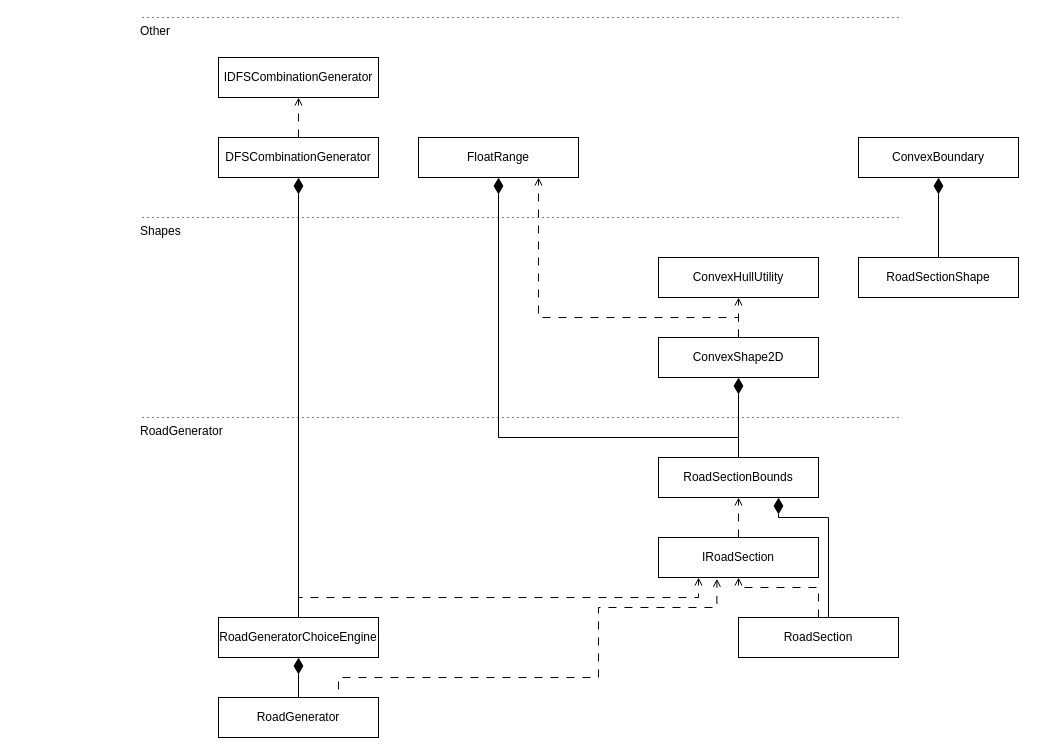
The draw.io diagram Assets/Scripts/Architecture.drawio in JohnnyHowe/infinite-drifto-road-generation, before the edit. Source tidied: cells renumbered, new cells numbered last; positions are measured from the earlier drawing's top-left corner, leaving out a move shared by most shapes. Both pictures are drawn from the tidied source at 100%, with x=0, y=0 at pixel (138, 17).
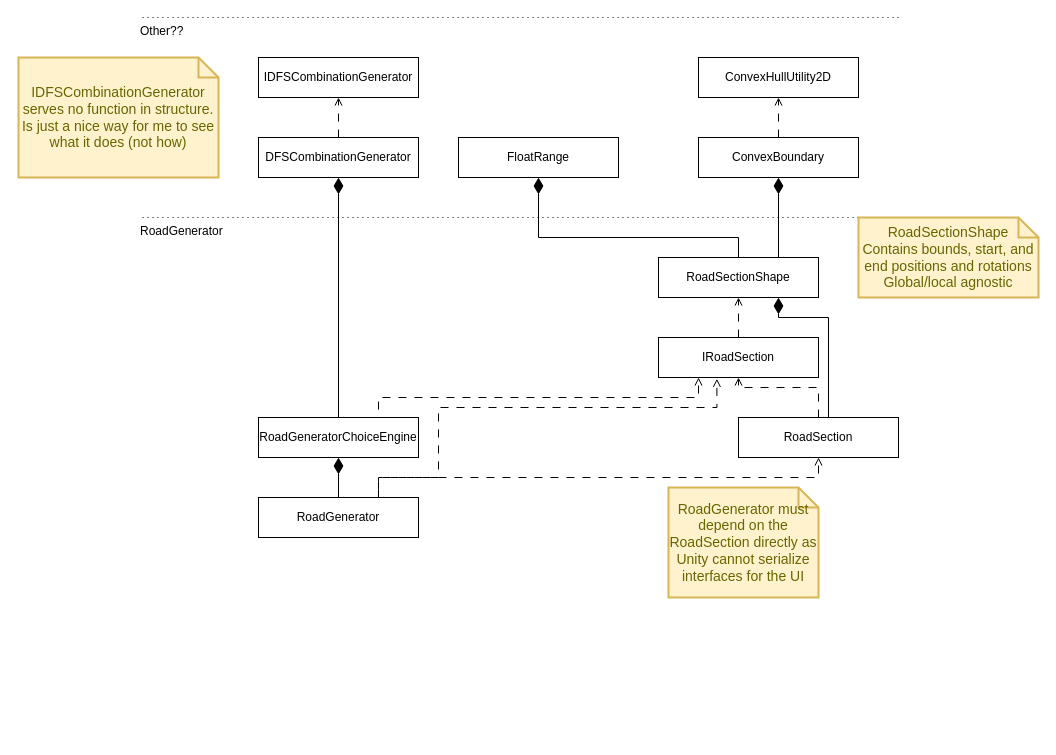
The same page after the edit.

Commit message (it also covers changes not shown here):
Updated architecture diagram

Diff of the diagram source:
```diff
@@
-    <mxCell id="2" value="ConvexHullUtility" style="rounded=0;whiteSpace=wrap;html=1;" parent="1" vertex="1">
-      <mxGeometry x="520" y="240" width="160" height="40" as="geometry" />
+    <mxCell id="2" value="ConvexHullUtility2D" style="rounded=0;whiteSpace=wrap;html=1;" parent="1" vertex="1">
+      <mxGeometry x="560" y="40" width="160" height="40" as="geometry" />
     </mxCell>
@@
     <mxCell id="4" value="DFSCombinationGenerator" style="rounded=0;whiteSpace=wrap;html=1;" parent="1" vertex="1">
-      <mxGeometry x="80" y="120" width="160" height="40" as="geometry" />
+      <mxGeometry x="120" y="120" width="160" height="40" as="geometry" />
     </mxCell>
@@
     <mxCell id="6" value="RoadGeneratorChoiceEngine" style="rounded=0;whiteSpace=wrap;html=1;" parent="1" vertex="1">
-      <mxGeometry x="80" y="600" width="160" height="40" as="geometry" />
+      <mxGeometry x="120" y="400" width="160" height="40" as="geometry" />
     </mxCell>
@@
     <mxCell id="8" value="IRoadSection" style="rounded=0;whiteSpace=wrap;html=1;" parent="1" vertex="1">
-      <mxGeometry x="520" y="520" width="160" height="40" as="geometry" />
+      <mxGeometry x="520" y="320" width="160" height="40" as="geometry" />
     </mxCell>
     <mxCell id="9" style="edgeStyle=orthogonalEdgeStyle;rounded=0;jettySize=auto;html=1;exitX=0.5;exitY=0;exitDx=0;exitDy=0;entryX=0.5;entryY=1;entryDx=0;entryDy=0;dashed=1;dashPattern=8 8;endArrow=open;endFill=0;" parent="1" edge="1" source="11" target="8">
       <mxGeometry relative="1" as="geometry">
         <Array as="points">
-          <mxPoint x="680" y="570" />
-          <mxPoint x="600" y="570" />
+          <mxPoint x="680" y="370" />
+          <mxPoint x="600" y="370" />
         </Array>
       </mxGeometry>
     </mxCell>
     <mxCell id="10" style="edgeStyle=orthogonalEdgeStyle;rounded=0;jettySize=auto;html=1;exitX=0.5;exitY=0;exitDx=0;exitDy=0;entryX=0.75;entryY=1;entryDx=0;entryDy=0;endArrow=diamondThin;endFill=1;endSize=14;" parent="1" edge="1" source="11" target="19">
       <mxGeometry relative="1" as="geometry">
         <Array as="points">
-          <mxPoint x="690" y="600" />
-          <mxPoint x="690" y="500" />
-          <mxPoint x="640" y="500" />
+          <mxPoint x="690" y="400" />
+          <mxPoint x="690" y="300" />
+          <mxPoint x="640" y="300" />
         </Array>
       </mxGeometry>
     </mxCell>
     <mxCell id="11" value="RoadSection" style="rounded=0;whiteSpace=wrap;html=1;" parent="1" vertex="1">
-      <mxGeometry x="600" y="600" width="160" height="40" as="geometry" />
+      <mxGeometry x="600" y="400" width="160" height="40" as="geometry" />
     </mxCell>
     <mxCell id="12" style="edgeStyle=orthogonalEdgeStyle;rounded=0;jettySize=auto;html=1;exitX=0.5;exitY=0;exitDx=0;exitDy=0;entryX=0.25;entryY=1;entryDx=0;entryDy=0;dashed=1;dashPattern=8 8;endArrow=open;endFill=0;" parent="1" edge="1" source="6" target="8">
       <mxGeometry relative="1" as="geometry">
         <Array as="points">
-          <mxPoint x="160" y="580" />
-          <mxPoint x="560" y="580" />
+          <mxPoint x="240" y="400" />
+          <mxPoint x="240" y="380" />
+          <mxPoint x="560" y="380" />
         </Array>
       </mxGeometry>
     </mxCell>
     <mxCell id="13" style="edgeStyle=orthogonalEdgeStyle;rounded=0;jettySize=auto;html=1;exitX=0.5;exitY=0;exitDx=0;exitDy=0;entryX=0.365;entryY=1.033;entryDx=0;entryDy=0;entryPerimeter=0;dashed=1;dashPattern=8 8;endArrow=open;endFill=0;" parent="1" edge="1" source="15" target="8">
       <mxGeometry relative="1" as="geometry">
         <Array as="points">
-          <mxPoint x="200" y="680" />
-          <mxPoint x="200" y="660" />
-          <mxPoint x="460" y="660" />
-          <mxPoint x="460" y="590" />
-          <mxPoint x="578" y="590" />
+          <mxPoint x="240" y="480" />
+          <mxPoint x="240" y="460" />
+          <mxPoint x="300" y="460" />
+          <mxPoint x="300" y="390" />
+          <mxPoint x="578" y="390" />
         </Array>
       </mxGeometry>
     </mxCell>
@@
+    <mxCell id="33" style="edgeStyle=orthogonalEdgeStyle;rounded=0;jumpSize=14;jettySize=auto;html=1;exitX=0.75;exitY=0;exitDx=0;exitDy=0;entryX=0.5;entryY=1;entryDx=0;entryDy=0;dashed=1;dashPattern=8 8;endArrow=open;endFill=0;startSize=14;endSize=6;" parent="1" edge="1" source="15" target="11">
+      <mxGeometry relative="1" as="geometry" />
+    </mxCell>
     <mxCell id="15" value="RoadGenerator" style="rounded=0;whiteSpace=wrap;html=1;" parent="1" vertex="1">
-      <mxGeometry x="80" y="680" width="160" height="40" as="geometry" />
+      <mxGeometry x="120" y="480" width="160" height="40" as="geometry" />
     </mxCell>
     <mxCell id="16" value="FloatRange" style="rounded=0;whiteSpace=wrap;html=1;" parent="1" vertex="1">
-      <mxGeometry x="280" y="120" width="160" height="40" as="geometry" />
+      <mxGeometry x="320" y="120" width="160" height="40" as="geometry" />
     </mxCell>
-    <mxCell id="17" style="edgeStyle=orthogonalEdgeStyle;rounded=0;jettySize=auto;html=1;exitX=0.5;exitY=0;exitDx=0;exitDy=0;entryX=0.5;entryY=1;entryDx=0;entryDy=0;endArrow=diamondThin;endFill=1;endSize=14;" parent="1" edge="1" source="19" target="22">
-      <mxGeometry relative="1" as="geometry" />
-    </mxCell>
     <mxCell id="18" style="edgeStyle=orthogonalEdgeStyle;rounded=0;jettySize=auto;html=1;exitX=0.5;exitY=0;exitDx=0;exitDy=0;entryX=0.5;entryY=1;entryDx=0;entryDy=0;endArrow=diamondThin;endFill=1;endSize=14;" parent="1" edge="1" source="19" target="16">
       <mxGeometry relative="1" as="geometry">
         <Array as="points">
-          <mxPoint x="600" y="420" />
-          <mxPoint x="360" y="420" />
+          <mxPoint x="600" y="220" />
+          <mxPoint x="400" y="220" />
         </Array>
       </mxGeometry>
     </mxCell>
+    <mxCell id="34" style="edgeStyle=orthogonalEdgeStyle;rounded=0;jettySize=auto;html=1;exitX=0.75;exitY=0;exitDx=0;exitDy=0;entryX=0.5;entryY=1;entryDx=0;entryDy=0;endArrow=diamondThin;endFill=1;jumpSize=14;startSize=14;endSize=14;" parent="1" edge="1" source="19" target="30">
+      <mxGeometry relative="1" as="geometry">
+        <Array as="points">
+          <mxPoint x="640" y="160" />
+        </Array>
+      </mxGeometry>
+    </mxCell>
-    <mxCell id="19" value="RoadSectionBounds&lt;br&gt;" style="rounded=0;whiteSpace=wrap;html=1;" parent="1" vertex="1">
-      <mxGeometry x="520" y="440" width="160" height="40" as="geometry" />
+    <mxCell id="19" value="RoadSectionShape" style="rounded=0;whiteSpace=wrap;html=1;" parent="1" vertex="1">
+      <mxGeometry x="520" y="240" width="160" height="40" as="geometry" />
     </mxCell>
-    <mxCell id="20" style="edgeStyle=orthogonalEdgeStyle;rounded=0;jettySize=auto;html=1;exitX=0.5;exitY=0;exitDx=0;exitDy=0;entryX=0.75;entryY=1;entryDx=0;entryDy=0;dashed=1;dashPattern=8 8;endArrow=open;endFill=0;" parent="1" edge="1" source="22" target="16">
-      <mxGeometry relative="1" as="geometry">
-        <Array as="points">
-          <mxPoint x="600" y="300" />
-          <mxPoint x="400" y="300" />
-        </Array>
-      </mxGeometry>
-    </mxCell>
-    <mxCell id="21" style="edgeStyle=orthogonalEdgeStyle;rounded=0;jettySize=auto;html=1;exitX=0.5;exitY=0;exitDx=0;exitDy=0;entryX=0.5;entryY=1;entryDx=0;entryDy=0;dashed=1;dashPattern=8 8;endArrow=open;endFill=0;" parent="1" edge="1" source="22" target="2">
-      <mxGeometry relative="1" as="geometry" />
-    </mxCell>
-    <mxCell id="22" value="ConvexShape2D&lt;br&gt;" style="rounded=0;whiteSpace=wrap;html=1;" parent="1" vertex="1">
-      <mxGeometry x="520" y="320" width="160" height="40" as="geometry" />
-    </mxCell>
     <mxCell id="23" value="IDFSCombinationGenerator" style="rounded=0;whiteSpace=wrap;html=1;" parent="1" vertex="1">
-      <mxGeometry x="80" y="40" width="160" height="40" as="geometry" />
+      <mxGeometry x="120" y="40" width="160" height="40" as="geometry" />
     </mxCell>
-    <mxCell id="24" style="endArrow=none;html=1;rounded=0;dashed=1;dashPattern=1 4;" parent="1" edge="1">
-      <mxGeometry relative="1" as="geometry">
-        <mxPoint x="760" y="200" as="sourcePoint" />
-        <mxPoint y="200" as="targetPoint" />
-      </mxGeometry>
-    </mxCell>
-    <mxCell id="25" value="Shapes" style="text;html=1;align=left;verticalAlign=top;strokeColor=none;fillColor=none;" parent="1" vertex="1">
-      <mxGeometry y="200" width="60" height="30" as="geometry" />
-    </mxCell>
     <mxCell id="26" style="endArrow=none;html=1;rounded=0;dashed=1;dashPattern=1 4;" parent="1" edge="1">
       <mxGeometry relative="1" as="geometry">
-        <mxPoint x="760" y="400" as="sourcePoint" />
-        <mxPoint y="400" as="targetPoint" />
+        <mxPoint x="760" y="200" as="sourcePoint" />
+        <mxPoint y="200" as="targetPoint" />
       </mxGeometry>
     </mxCell>
     <mxCell id="27" value="RoadGenerator" style="text;html=1;align=left;verticalAlign=top;strokeColor=none;fillColor=none;" parent="1" vertex="1">
-      <mxGeometry y="400" width="110" height="30" as="geometry" />
+      <mxGeometry y="200" width="110" height="30" as="geometry" />
     </mxCell>
@@
-    <mxCell id="29" value="Other" style="text;html=1;align=left;verticalAlign=top;strokeColor=none;fillColor=none;" parent="1" vertex="1">
-      <mxGeometry width="50" height="30" as="geometry" />
+    <mxCell id="29" value="Other??" style="text;html=1;align=left;verticalAlign=top;strokeColor=none;fillColor=none;" parent="1" vertex="1">
+      <mxGeometry width="70" height="30" as="geometry" />
     </mxCell>
+    <mxCell id="35" value="RoadSectionShape&lt;br&gt;Contains bounds, start, and end positions and rotations&lt;br&gt;Global/local agnostic" style="shape=note;strokeWidth=2;fontSize=14;size=20;whiteSpace=wrap;html=1;fillColor=#fff2cc;strokeColor=#d6b656;fontColor=#666600;" parent="1" vertex="1">
+      <mxGeometry x="720" y="200" width="180" height="80" as="geometry" />
+    </mxCell>
+    <mxCell id="36" value="IDFSCombinationGenerator&lt;br&gt;serves no function in structure. Is just a nice way for me to see what it does (not how)" style="shape=note;strokeWidth=2;fontSize=14;size=20;whiteSpace=wrap;html=1;fillColor=#fff2cc;strokeColor=#d6b656;fontColor=#666600;" parent="1" vertex="1">
+      <mxGeometry x="-120" y="40" width="200" height="120" as="geometry" />
+    </mxCell>
+    <mxCell id="37" style="edgeStyle=orthogonalEdgeStyle;rounded=0;jumpSize=14;jettySize=auto;html=1;exitX=0.5;exitY=0;exitDx=0;exitDy=0;entryX=0.5;entryY=1;entryDx=0;entryDy=0;endArrow=open;endFill=0;startSize=14;endSize=6;dashed=1;dashPattern=8 8;" parent="1" edge="1" source="30" target="2">
+      <mxGeometry relative="1" as="geometry" />
+    </mxCell>
     <mxCell id="30" value="ConvexBoundary" style="rounded=0;whiteSpace=wrap;html=1;" parent="1" vertex="1">
-      <mxGeometry x="720" y="120" width="160" height="40" as="geometry" />
+      <mxGeometry x="560" y="120" width="160" height="40" as="geometry" />
     </mxCell>
-    <mxCell id="31" style="edgeStyle=orthogonalEdgeStyle;rounded=0;jettySize=auto;html=1;exitX=0.5;exitY=0;exitDx=0;exitDy=0;entryX=0.5;entryY=1;entryDx=0;entryDy=0;endArrow=diamondThin;endFill=1;endSize=14;" parent="1" edge="1" source="32" target="30">
-      <mxGeometry relative="1" as="geometry" />
-    </mxCell>
-    <mxCell id="32" value="RoadSectionShape" style="rounded=0;whiteSpace=wrap;html=1;" parent="1" vertex="1">
-      <mxGeometry x="720" y="240" width="160" height="40" as="geometry" />
-    </mxCell>
+    <mxCell id="38" value="RoadGenerator must depend on the RoadSection directly as Unity cannot serialize interfaces for the UI" style="shape=note;strokeWidth=2;fontSize=14;size=20;whiteSpace=wrap;html=1;fillColor=#fff2cc;strokeColor=#d6b656;fontColor=#666600;" parent="1" vertex="1">
+      <mxGeometry x="530" y="470" width="150" height="110" as="geometry" />
+    </mxCell>
```
